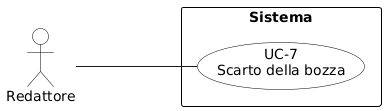
Earlier version of the PlantUML export RTB/Analisi dei Requisiti/diagrammi_use_case/UC-7.png (aLittleByte-19/Documentazione).
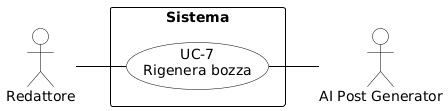
Later version of the same file.

Change to the diagram source:
```diff
@@ -1,18 +1,31 @@
 @startuml
 skinparam shadowing false
-skinparam backgroundColor #FFFFFF
-skinparam usecaseBackgroundColor #FFFFFF
-skinparam usecaseBorderColor #000000
-skinparam actorBackgroundColor #FFFFFF
-skinparam actorBorderColor #000000
-skinparam rectangleBackgroundColor #FFFFFF
-skinparam rectangleBorderColor #000000
+skinparam defaultFontName Arial
 left to right direction
-skinparam packageStyle rectangle
+skinparam nodesep 15
+skinparam ranksep 50
 
-actor "Redattore" as R
-rectangle Sistema {
-  usecase "UC-7\nScarto della bozza" as UC7
+skinparam usecase {
+    BackgroundColor white
+    BorderColor black
+    ArrowColor black
 }
-R --- UC7
+skinparam actor {
+    BackgroundColor white
+    BorderColor black
+}
+skinparam rectangle {
+    BorderColor black
+    FontStyle bold
+}
+
+actor "Redattore" as redattore
+actor "AI Post Generator" as ai
+
+rectangle "Sistema" {
+    usecase "UC-7\nRigenera bozza" as UC7
+}
+
+redattore -- UC7
+UC7 -- ai
 @enduml
```
